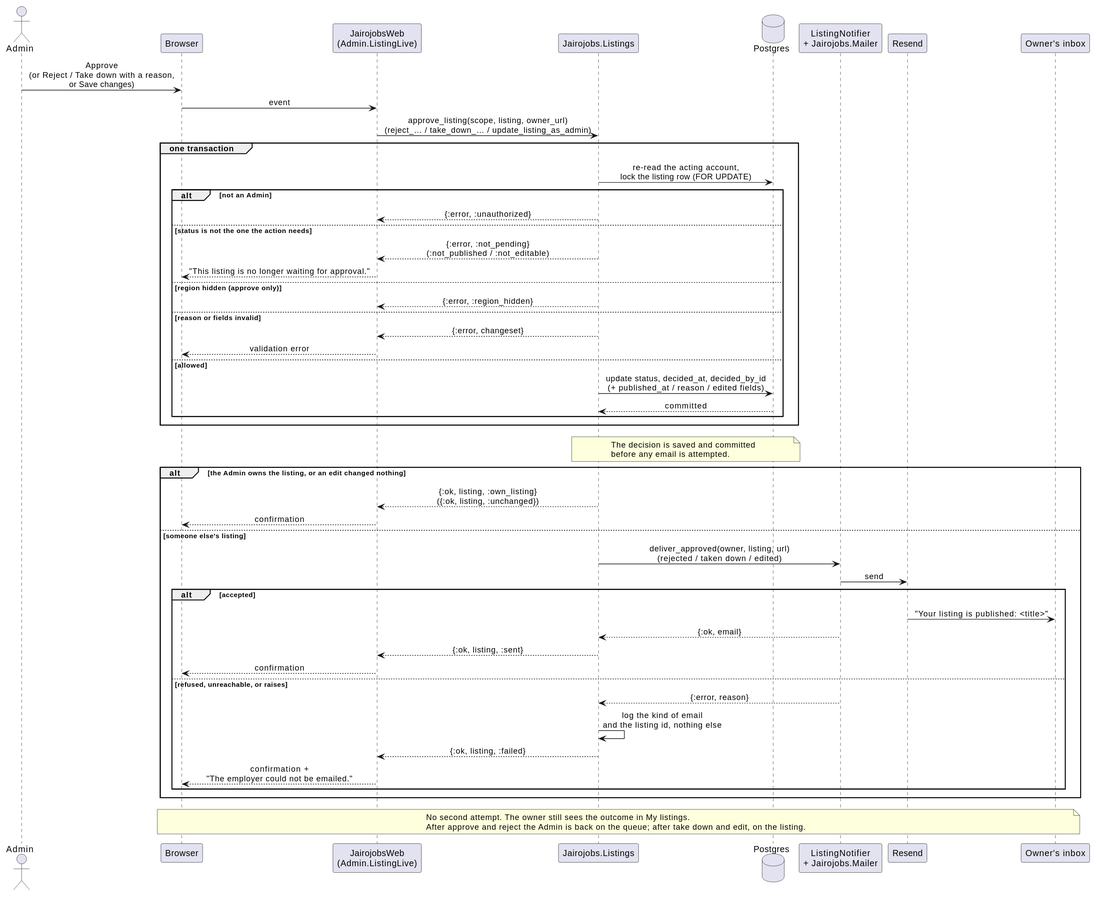
Before: docs/specs/004-listings-admin-moderation/diagrams/sequence-decision-email.svg, a diagram exported from PlantUML (raseniero/jairojobs-elixir).
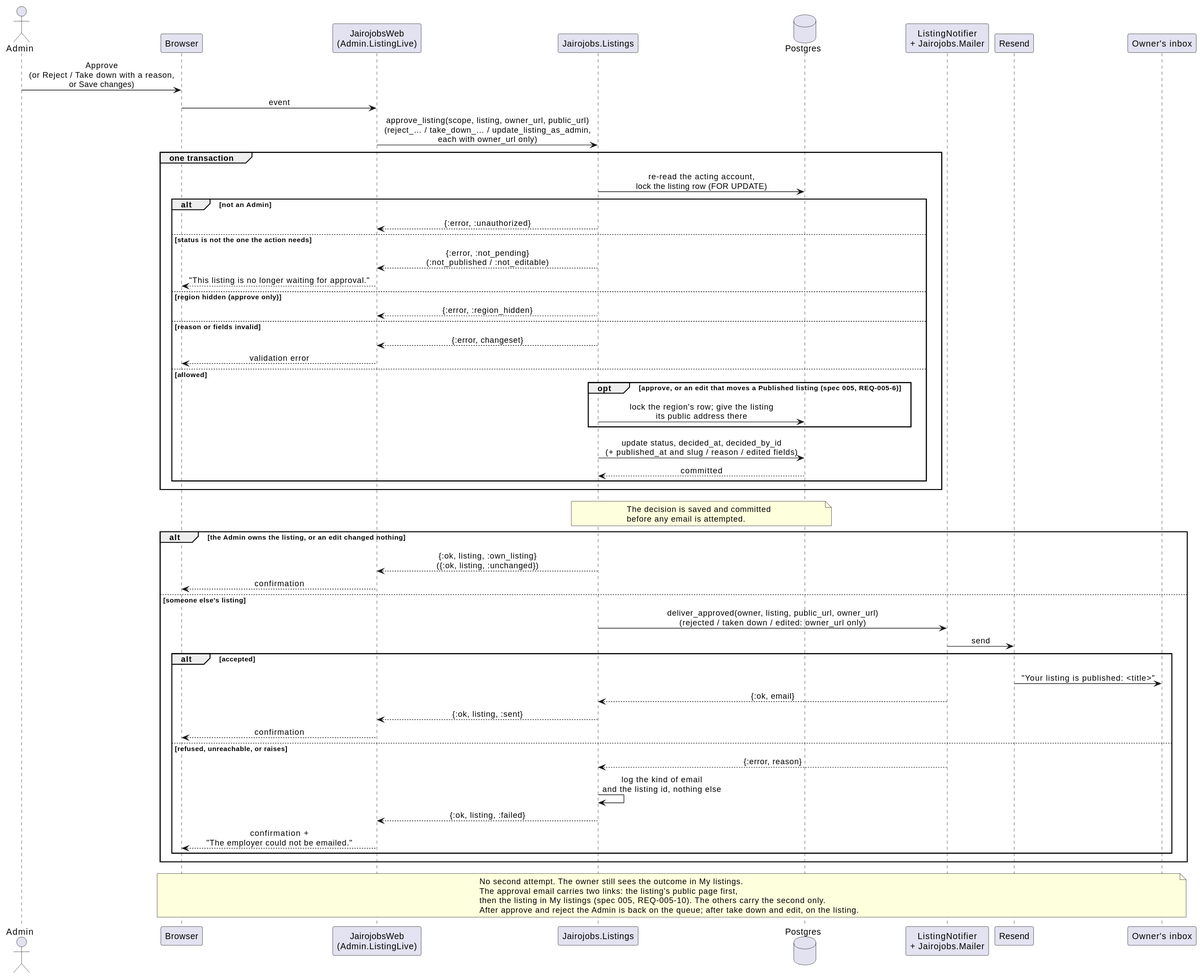
After the change.

The edit, as a diff of the source:
```diff
@@ -14,7 +14,7 @@
 
 Admin -> B : Approve\n(or Reject / Take down with a reason,\nor Save changes)
 B -> W : event
-W -> L : approve_listing(scope, listing, owner_url)\n(reject_… / take_down_… / update_listing_as_admin)
+W -> L : approve_listing(scope, listing, owner_url, public_url)\n(reject_… / take_down_… / update_listing_as_admin,\neach with owner_url only)
 
 group one transaction
   L -> DB : re-read the acting account,\nlock the listing row (FOR UPDATE)
@@ -29,7 +29,10 @@
     L --> W : {:error, changeset}
     W --> B : validation error
   else allowed
-    L -> DB : update status, decided_at, decided_by_id\n(+ published_at / reason / edited fields)
+    opt approve, or an edit that moves a Published listing (spec 005, REQ-005-6)
+      L -> DB : lock the region's row; give the listing\nits public address there
+    end
+    L -> DB : update status, decided_at, decided_by_id\n(+ published_at and slug / reason / edited fields)
     DB --> L : committed
   end
 end
@@ -40,7 +43,7 @@
   L --> W : {:ok, listing, :own_listing}\n({:ok, listing, :unchanged})
   W --> B : confirmation
 else someone else's listing
-  L -> M : deliver_approved(owner, listing, url)\n(rejected / taken down / edited)
+  L -> M : deliver_approved(owner, listing, public_url, owner_url)\n(rejected / taken down / edited: owner_url only)
   M -> R : send
   alt accepted
     R -> IN : "Your listing is published: <title>"
@@ -57,6 +60,8 @@
 
 note over B, IN
   No second attempt. The owner still sees the outcome in My listings.
+  The approval email carries two links: the listing's public page first,
+  then the listing in My listings (spec 005, REQ-005-10). The others carry the second only.
   After approve and reject the Admin is back on the queue; after take down and edit, on the listing.
 end note
 @enduml
```
